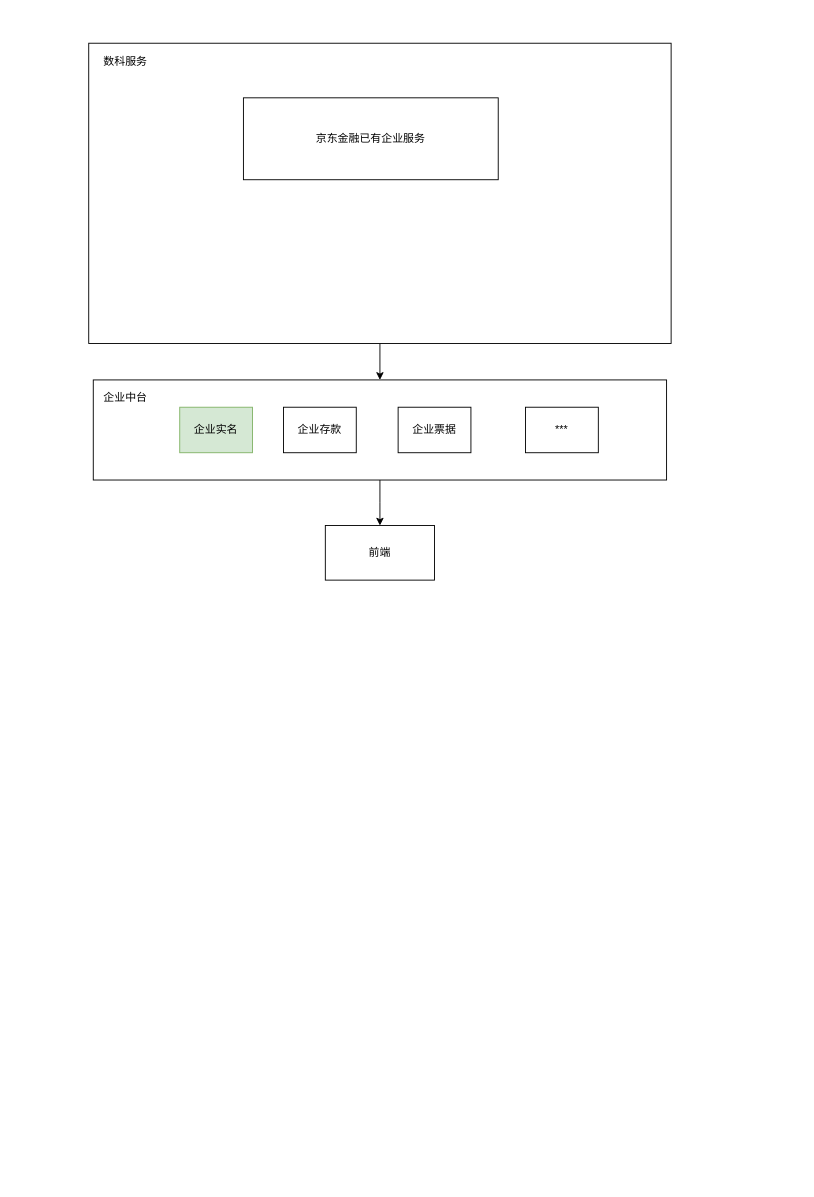
Above: 未命名绘图.drawio in 61go/61go.github.io (draw.io), before the change. Source tidied: cells renumbered, new cells numbered last; positions are measured from the earlier drawing's top-left corner, leaving out a move shared by most shapes. Both pictures are drawn from the tidied source at 91%, with x=0, y=0 at pixel (88, 43).
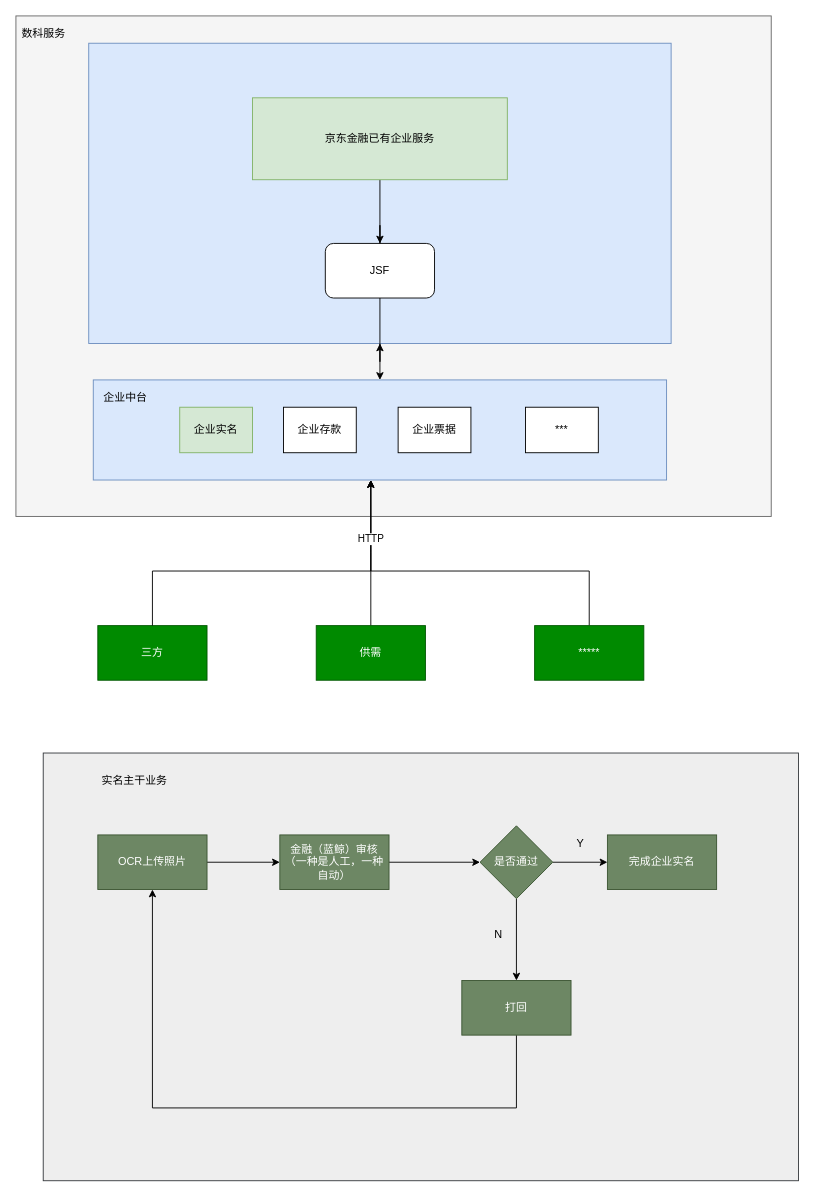
The same page after the edit.

Commit message (it also covers changes not shown here):
更新未命名绘图.drawio

The edit, as a diff of the source:
```diff
@@
-    <mxCell id="2" style="edgeStyle=orthogonalEdgeStyle;rounded=0;jettySize=auto;html=1;" parent="1" edge="1" source="3">
-      <mxGeometry relative="1" as="geometry">
-        <mxPoint x="320" y="530" as="targetPoint" />
-      </mxGeometry>
-    </mxCell>
+    <mxCell id="15" style="rounded=0;whiteSpace=wrap;html=1;fillColor=#eeeeee;strokeColor=#36393d;" parent="1" vertex="1">
+      <mxGeometry x="-50" y="780" width="830" height="470" as="geometry" />
+    </mxCell>
+    <mxCell id="16" style="rounded=0;whiteSpace=wrap;html=1;fillColor=#f5f5f5;strokeColor=#666666;fontColor=#333333;" parent="1" vertex="1">
+      <mxGeometry x="-80" y="-30" width="830" height="550" as="geometry" />
+    </mxCell>
-    <mxCell id="3" style="rounded=0;whiteSpace=wrap;html=1;" parent="1" vertex="1">
+    <mxCell id="3" style="rounded=0;whiteSpace=wrap;html=1;fillColor=#dae8fc;strokeColor=#6c8ebf;" parent="1" vertex="1">
       <mxGeometry x="5" y="370" width="630" height="110" as="geometry" />
     </mxCell>
@@
-    <mxCell id="6" style="rounded=0;whiteSpace=wrap;html=1;" parent="1" vertex="1">
+    <mxCell id="6" style="rounded=0;whiteSpace=wrap;html=1;fillColor=#dae8fc;strokeColor=#6c8ebf;" parent="1" vertex="1">
       <mxGeometry width="640" height="330" as="geometry" />
     </mxCell>
+    <mxCell id="17" style="edgeStyle=orthogonalEdgeStyle;rounded=0;jettySize=auto;html=1;" parent="1" edge="1" source="7" target="39">
+      <mxGeometry relative="1" as="geometry" />
+    </mxCell>
-    <mxCell id="7" value="京东金融已有企业服务" style="rounded=0;whiteSpace=wrap;html=1;" parent="1" vertex="1">
-      <mxGeometry x="170" y="60" width="280" height="90" as="geometry" />
+    <mxCell id="7" value="京东金融已有企业服务" style="rounded=0;whiteSpace=wrap;html=1;fillColor=#d5e8d4;strokeColor=#82b366;" parent="1" vertex="1">
+      <mxGeometry x="180" y="60" width="280" height="90" as="geometry" />
     </mxCell>
     <mxCell id="8" value="数科服务" style="text;html=1;align=center;verticalAlign=middle;strokeColor=none;" parent="1" vertex="1">
-      <mxGeometry x="10" y="10" width="60" height="20" as="geometry" />
+      <mxGeometry x="-80" y="-20" width="60" height="20" as="geometry" />
     </mxCell>
@@
-    <mxCell id="14" value="前端" style="rounded=0;whiteSpace=wrap;html=1;" parent="1" vertex="1">
-      <mxGeometry x="260" y="530" width="120" height="60" as="geometry" />
-    </mxCell>
+    <mxCell id="18" style="edgeStyle=orthogonalEdgeStyle;rounded=0;jettySize=auto;html=1;" parent="1" edge="1" source="19" target="21">
+      <mxGeometry relative="1" as="geometry" />
+    </mxCell>
+    <mxCell id="19" value="OCR上传照片" style="rounded=0;whiteSpace=wrap;html=1;fillColor=#6d8764;strokeColor=#3A5431;fontColor=#ffffff;" parent="1" vertex="1">
+      <mxGeometry x="10" y="870" width="120" height="60" as="geometry" />
+    </mxCell>
+    <mxCell id="20" style="edgeStyle=orthogonalEdgeStyle;rounded=0;jettySize=auto;html=1;entryX=0;entryY=0.5;entryDx=0;entryDy=0;" parent="1" edge="1" source="21" target="34">
+      <mxGeometry relative="1" as="geometry" />
+    </mxCell>
+    <mxCell id="21" value="金融（蓝鲸）审核（一种是人工，一种自动）" style="rounded=0;whiteSpace=wrap;html=1;fillColor=#6d8764;strokeColor=#3A5431;fontColor=#ffffff;" parent="1" vertex="1">
+      <mxGeometry x="210" y="870" width="120" height="60" as="geometry" />
+    </mxCell>
+    <mxCell id="22" value="完成企业实名" style="rounded=0;whiteSpace=wrap;html=1;fillColor=#6d8764;strokeColor=#3A5431;fontColor=#ffffff;" parent="1" vertex="1">
+      <mxGeometry x="570" y="870" width="120" height="60" as="geometry" />
+    </mxCell>
+    <mxCell id="23" style="edgeStyle=orthogonalEdgeStyle;rounded=0;jettySize=auto;html=1;" parent="1" edge="1" source="24" target="19">
+      <mxGeometry relative="1" as="geometry">
+        <Array as="points">
+          <mxPoint x="470" y="1170" />
+          <mxPoint x="70" y="1170" />
+        </Array>
+      </mxGeometry>
+    </mxCell>
+    <mxCell id="24" value="打回" style="rounded=0;whiteSpace=wrap;html=1;fillColor=#6d8764;strokeColor=#3A5431;fontColor=#ffffff;" parent="1" vertex="1">
+      <mxGeometry x="410" y="1030" width="120" height="60" as="geometry" />
+    </mxCell>
+    <mxCell id="25" value="三方" style="rounded=0;whiteSpace=wrap;html=1;fillColor=#008a00;strokeColor=#005700;fontColor=#ffffff;" parent="1" vertex="1">
+      <mxGeometry x="10" y="640" width="120" height="60" as="geometry" />
+    </mxCell>
+    <mxCell id="26" style="edgeStyle=orthogonalEdgeStyle;rounded=0;jettySize=auto;html=1;exitX=0.5;exitY=0;exitDx=0;exitDy=0;" parent="1" edge="1" source="25" target="3">
+      <mxGeometry relative="1" as="geometry">
+        <Array as="points">
+          <mxPoint x="70" y="580" />
+          <mxPoint x="310" y="580" />
+        </Array>
+      </mxGeometry>
+    </mxCell>
+    <mxCell id="27" style="edgeStyle=orthogonalEdgeStyle;rounded=0;jettySize=auto;html=1;entryX=0.484;entryY=1;entryDx=0;entryDy=0;entryPerimeter=0;" parent="1" edge="1" source="28" target="3">
+      <mxGeometry relative="1" as="geometry" />
+    </mxCell>
+    <mxCell id="28" value="供需" style="rounded=0;whiteSpace=wrap;html=1;fillColor=#008a00;strokeColor=#005700;fontColor=#ffffff;" parent="1" vertex="1">
+      <mxGeometry x="250" y="640" width="120" height="60" as="geometry" />
+    </mxCell>
+    <mxCell id="29" style="edgeStyle=orthogonalEdgeStyle;rounded=0;jettySize=auto;html=1;" parent="1" edge="1" source="31">
+      <mxGeometry relative="1" as="geometry">
+        <mxPoint x="310" y="480" as="targetPoint" />
+        <Array as="points">
+          <mxPoint x="550" y="580" />
+        </Array>
+      </mxGeometry>
+    </mxCell>
+    <mxCell id="30" value="HTTP" style="edgeLabel;html=1;align=center;verticalAlign=middle;" parent="29" vertex="1">
+      <mxGeometry x="0.68" y="1" relative="1" as="geometry" />
+    </mxCell>
+    <mxCell id="31" value="*****" style="rounded=0;whiteSpace=wrap;html=1;fillColor=#008a00;strokeColor=#005700;fontColor=#ffffff;" parent="1" vertex="1">
+      <mxGeometry x="490" y="640" width="120" height="60" as="geometry" />
+    </mxCell>
+    <mxCell id="32" style="edgeStyle=orthogonalEdgeStyle;rounded=0;jettySize=auto;html=1;" parent="1" edge="1" source="34" target="24">
+      <mxGeometry relative="1" as="geometry" />
+    </mxCell>
+    <mxCell id="33" style="edgeStyle=orthogonalEdgeStyle;rounded=0;jettySize=auto;html=1;entryX=0;entryY=0.5;entryDx=0;entryDy=0;" parent="1" edge="1" source="34" target="22">
+      <mxGeometry relative="1" as="geometry">
+        <Array as="points">
+          <mxPoint x="530" y="900" />
+          <mxPoint x="530" y="900" />
+        </Array>
+      </mxGeometry>
+    </mxCell>
+    <mxCell id="34" value="是否通过" style="rhombus;whiteSpace=wrap;html=1;fillColor=#6d8764;strokeColor=#3A5431;fontColor=#ffffff;" parent="1" vertex="1">
+      <mxGeometry x="430" y="860" width="80" height="80" as="geometry" />
+    </mxCell>
+    <mxCell id="35" value="Y" style="text;html=1;align=center;verticalAlign=middle;strokeColor=none;" parent="1" vertex="1">
+      <mxGeometry x="530" y="870" width="20" height="20" as="geometry" />
+    </mxCell>
+    <mxCell id="36" value="N" style="text;html=1;align=center;verticalAlign=middle;strokeColor=none;" parent="1" vertex="1">
+      <mxGeometry x="440" y="970" width="20" height="20" as="geometry" />
+    </mxCell>
+    <mxCell id="37" value="实名主干业务" style="text;html=1;align=center;verticalAlign=middle;strokeColor=none;" parent="1" vertex="1">
+      <mxGeometry x="5" y="800" width="90" height="20" as="geometry" />
+    </mxCell>
+    <mxCell id="38" style="edgeStyle=orthogonalEdgeStyle;rounded=0;jettySize=auto;html=1;entryX=0.5;entryY=1;entryDx=0;entryDy=0;" parent="1" edge="1" source="39" target="6">
+      <mxGeometry relative="1" as="geometry" />
+    </mxCell>
+    <mxCell id="39" value="JSF" style="rounded=1;whiteSpace=wrap;html=1;" parent="1" vertex="1">
+      <mxGeometry x="260" y="220" width="120" height="60" as="geometry" />
+    </mxCell>
```
